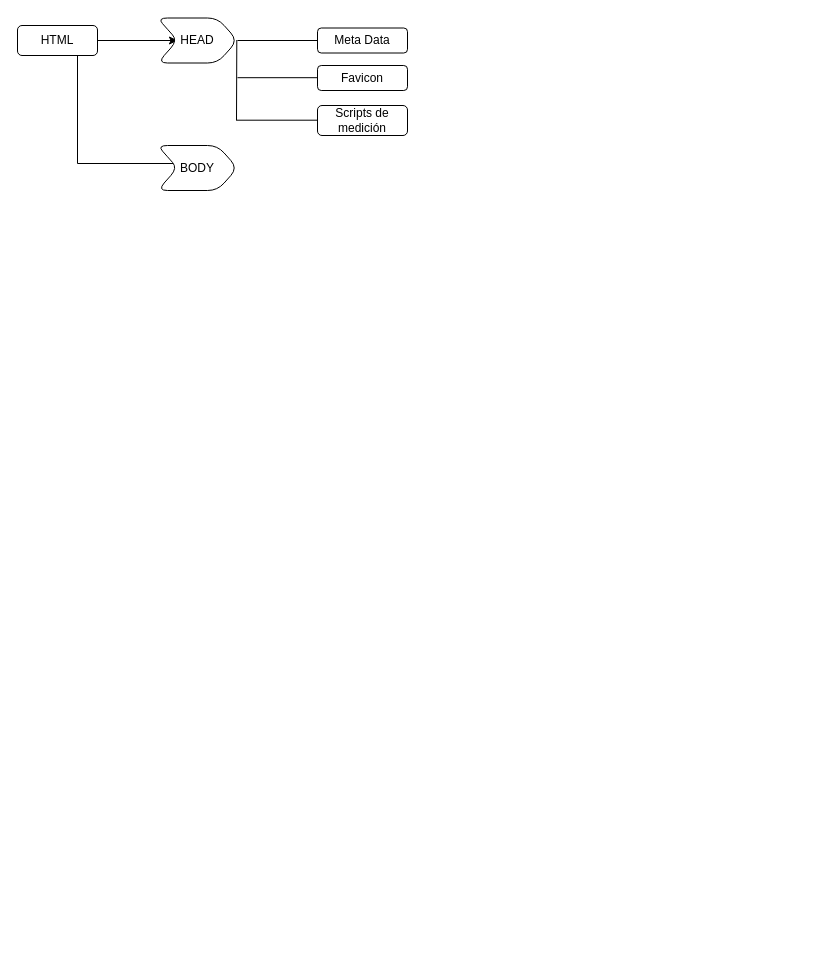
The draw.io diagram Diagrama sin título.drawio in cabrerajn/diagramas, before the edit. Source tidied: cells renumbered, new cells numbered last; positions are measured from the earlier drawing's top-left corner, leaving out a move shared by most shapes. Both pictures are drawn from the tidied source at 100%, with x=0, y=0 at pixel (17, 17).
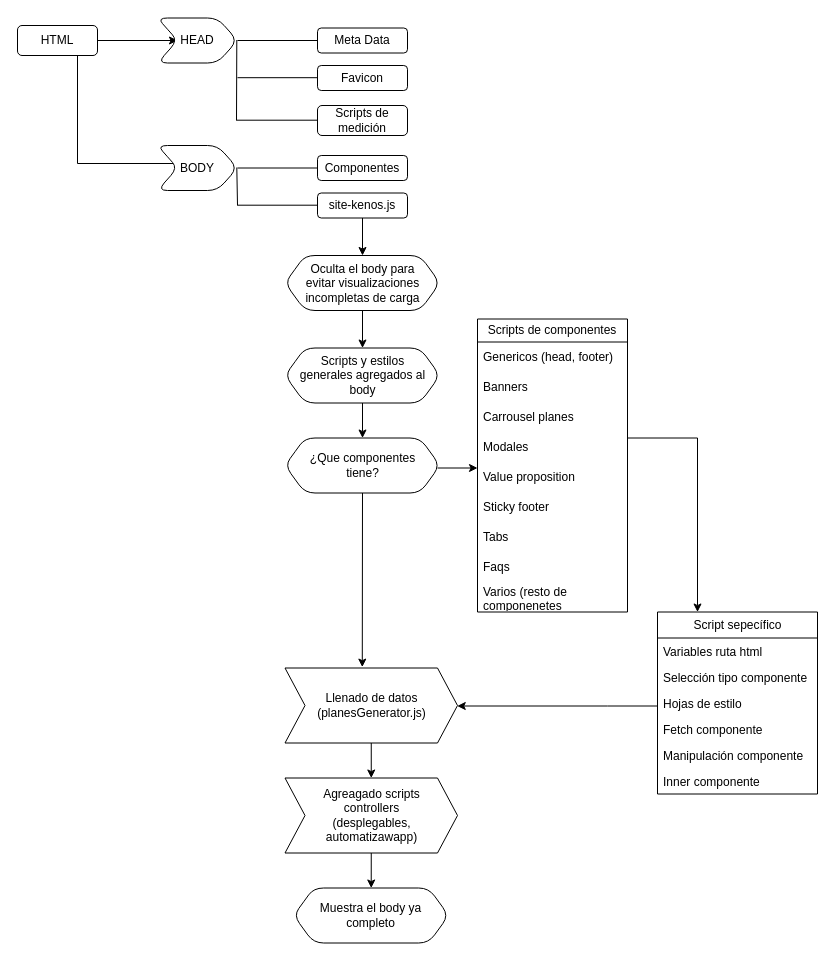
The same page after the edit.

The edit, as a diff of the source:
```diff
@@
+    <mxCell id="14" style="endArrow=none;html=1;rounded=0;exitX=1;exitY=0.5;exitDx=0;exitDy=0;" parent="1" edge="1">
+      <mxGeometry relative="1" as="geometry">
+        <mxPoint x="220" y="150.5" as="sourcePoint" />
+        <mxPoint x="310" y="150.5" as="targetPoint" />
+      </mxGeometry>
+    </mxCell>
+    <mxCell id="15" value="Componentes" style="rounded=1;whiteSpace=wrap;html=1;" parent="1" vertex="1">
+      <mxGeometry x="300" y="138" width="90" height="25" as="geometry" />
+    </mxCell>
+    <mxCell id="16" style="endArrow=none;html=1;rounded=0;exitX=1;exitY=0.5;exitDx=0;exitDy=0;" parent="1" edge="1">
+      <mxGeometry relative="1" as="geometry">
+        <mxPoint x="220" y="187.7" as="sourcePoint" />
+        <mxPoint x="310" y="187.7" as="targetPoint" />
+      </mxGeometry>
+    </mxCell>
+    <mxCell id="17" style="edgeStyle=orthogonalEdgeStyle;rounded=0;jettySize=auto;html=1;" parent="1" edge="1" source="18" target="21">
+      <mxGeometry relative="1" as="geometry" />
+    </mxCell>
+    <mxCell id="18" value="site-kenos.js" style="rounded=1;whiteSpace=wrap;html=1;" parent="1" vertex="1">
+      <mxGeometry x="300" y="175.5" width="90" height="25" as="geometry" />
+    </mxCell>
+    <mxCell id="19" style="endArrow=none;html=1;rounded=0;exitX=1;exitY=0.611;exitDx=0;exitDy=0;exitPerimeter=0;" parent="1" edge="1">
+      <mxGeometry relative="1" as="geometry">
+        <mxPoint x="219.3" y="150" as="sourcePoint" />
+        <mxPoint x="220" y="188" as="targetPoint" />
+      </mxGeometry>
+    </mxCell>
+    <mxCell id="20" style="edgeStyle=orthogonalEdgeStyle;rounded=0;jettySize=auto;html=1;" parent="1" edge="1" source="21" target="23">
+      <mxGeometry relative="1" as="geometry" />
+    </mxCell>
+    <mxCell id="21" value="Oculta el body para evitar visualizaciones incompletas de carga" style="shape=hexagon;perimeter=hexagonPerimeter2;whiteSpace=wrap;html=1;fixedSize=1;rounded=1;spacingRight=10;spacingLeft=10;" parent="1" vertex="1">
+      <mxGeometry x="267.5" y="238" width="155" height="55" as="geometry" />
+    </mxCell>
+    <mxCell id="22" style="edgeStyle=orthogonalEdgeStyle;rounded=0;jettySize=auto;html=1;" parent="1" edge="1" source="23" target="24">
+      <mxGeometry relative="1" as="geometry" />
+    </mxCell>
+    <mxCell id="23" value="Scripts y estilos generales agregados al body" style="shape=hexagon;perimeter=hexagonPerimeter2;whiteSpace=wrap;html=1;fixedSize=1;rounded=1;spacingRight=10;spacingLeft=10;" parent="1" vertex="1">
+      <mxGeometry x="267.5" y="330.5" width="155" height="55" as="geometry" />
+    </mxCell>
+    <mxCell id="24" value="¿Que componentes tiene?" style="shape=hexagon;perimeter=hexagonPerimeter2;whiteSpace=wrap;html=1;fixedSize=1;rounded=1;spacingRight=10;spacingLeft=10;" parent="1" vertex="1">
+      <mxGeometry x="267.5" y="420.5" width="155" height="55" as="geometry" />
+    </mxCell>
+    <mxCell id="25" style="edgeStyle=orthogonalEdgeStyle;rounded=0;jettySize=auto;html=1;entryX=0.25;entryY=0;entryDx=0;entryDy=0;" parent="1" edge="1" target="38">
+      <mxGeometry relative="1" as="geometry">
+        <mxPoint x="610" y="422" as="sourcePoint" />
+        <Array as="points">
+          <mxPoint x="610" y="420.5" />
+          <mxPoint x="680" y="420.5" />
+        </Array>
+      </mxGeometry>
+    </mxCell>
+    <mxCell id="26" value="Scripts de componentes" style="swimlane;fontStyle=0;horizontal=1;startSize=23;whiteSpace=wrap;html=1;direction=east;" parent="1" vertex="1">
+      <mxGeometry x="460" y="301.5" width="150" height="293" as="geometry" />
+    </mxCell>
+    <mxCell id="27" value="Genericos (head, footer)" style="text;strokeColor=none;fillColor=none;align=left;verticalAlign=middle;spacingLeft=4;spacingRight=4;overflow=hidden;whiteSpace=wrap;html=1;" parent="26" vertex="1">
+      <mxGeometry y="23" width="150" height="30" as="geometry" />
+    </mxCell>
+    <mxCell id="28" value="Banners" style="text;strokeColor=none;fillColor=none;align=left;verticalAlign=middle;spacingLeft=4;spacingRight=4;overflow=hidden;whiteSpace=wrap;html=1;" parent="26" vertex="1">
+      <mxGeometry y="53" width="150" height="30" as="geometry" />
+    </mxCell>
+    <mxCell id="29" value="Carrousel planes" style="text;strokeColor=none;fillColor=none;align=left;verticalAlign=middle;spacingLeft=4;spacingRight=4;overflow=hidden;whiteSpace=wrap;html=1;" parent="26" vertex="1">
+      <mxGeometry y="83" width="150" height="30" as="geometry" />
+    </mxCell>
+    <mxCell id="30" value="Modales" style="text;strokeColor=none;fillColor=none;align=left;verticalAlign=middle;spacingLeft=4;spacingRight=4;overflow=hidden;whiteSpace=wrap;html=1;" parent="26" vertex="1">
+      <mxGeometry y="113" width="150" height="30" as="geometry" />
+    </mxCell>
+    <mxCell id="31" value="Value proposition" style="text;strokeColor=none;fillColor=none;align=left;verticalAlign=middle;spacingLeft=4;spacingRight=4;overflow=hidden;points=[[0,0.5],[1,0.5]];portConstraint=eastwest;whiteSpace=wrap;html=1;" parent="26" vertex="1">
+      <mxGeometry y="143" width="150" height="30" as="geometry" />
+    </mxCell>
+    <mxCell id="32" value="Sticky footer" style="text;strokeColor=none;fillColor=none;align=left;verticalAlign=middle;spacingLeft=4;spacingRight=4;overflow=hidden;whiteSpace=wrap;html=1;" parent="26" vertex="1">
+      <mxGeometry y="173" width="150" height="30" as="geometry" />
+    </mxCell>
+    <mxCell id="33" value="Tabs" style="text;strokeColor=none;fillColor=none;align=left;verticalAlign=middle;spacingLeft=4;spacingRight=4;overflow=hidden;whiteSpace=wrap;html=1;" parent="26" vertex="1">
+      <mxGeometry y="203" width="150" height="30" as="geometry" />
+    </mxCell>
+    <mxCell id="34" value="Faqs" style="text;strokeColor=none;fillColor=none;align=left;verticalAlign=middle;spacingLeft=4;spacingRight=4;overflow=hidden;whiteSpace=wrap;html=1;" parent="26" vertex="1">
+      <mxGeometry y="233" width="150" height="30" as="geometry" />
+    </mxCell>
+    <mxCell id="35" value="Varios (resto de componenetes" style="text;strokeColor=none;fillColor=none;align=left;verticalAlign=middle;spacingLeft=4;spacingRight=4;overflow=hidden;whiteSpace=wrap;html=1;" parent="26" vertex="1">
+      <mxGeometry y="263" width="150" height="30" as="geometry" />
+    </mxCell>
+    <mxCell id="36" style="endArrow=classic;html=1;rounded=0;entryX=0;entryY=0.2;entryDx=0;entryDy=0;entryPerimeter=0;" parent="1" edge="1" target="31">
+      <mxGeometry relative="1" as="geometry">
+        <mxPoint x="420" y="450.5" as="sourcePoint" />
+      </mxGeometry>
+    </mxCell>
+    <mxCell id="37" style="edgeStyle=orthogonalEdgeStyle;rounded=0;jettySize=auto;html=1;" parent="1" edge="1" source="38" target="45">
+      <mxGeometry relative="1" as="geometry">
+        <Array as="points">
+          <mxPoint x="590" y="688.5" />
+          <mxPoint x="590" y="688.5" />
+        </Array>
+      </mxGeometry>
+    </mxCell>
+    <mxCell id="38" value="Script sepecífico" style="swimlane;fontStyle=0;horizontal=1;startSize=26;fillColor=none;html=1;" parent="1" vertex="1">
+      <mxGeometry x="640" y="594.5" width="160" height="182" as="geometry" />
+    </mxCell>
+    <mxCell id="39" value="Variables ruta html" style="text;strokeColor=none;fillColor=none;align=left;verticalAlign=top;spacingLeft=4;spacingRight=4;overflow=hidden;whiteSpace=wrap;html=1;" parent="38" vertex="1">
+      <mxGeometry y="26" width="160" height="26" as="geometry" />
+    </mxCell>
+    <mxCell id="40" value="Selección tipo componente" style="text;strokeColor=none;fillColor=none;align=left;verticalAlign=top;spacingLeft=4;spacingRight=4;overflow=hidden;whiteSpace=wrap;html=1;" parent="38" vertex="1">
+      <mxGeometry y="52" width="160" height="26" as="geometry" />
+    </mxCell>
+    <mxCell id="41" value="Hojas de estilo" style="text;strokeColor=none;fillColor=none;align=left;verticalAlign=top;spacingLeft=4;spacingRight=4;overflow=hidden;whiteSpace=wrap;html=1;" parent="38" vertex="1">
+      <mxGeometry y="78" width="160" height="26" as="geometry" />
+    </mxCell>
+    <mxCell id="42" value="Fetch componente" style="text;strokeColor=none;fillColor=none;align=left;verticalAlign=top;spacingLeft=4;spacingRight=4;overflow=hidden;whiteSpace=wrap;html=1;" parent="38" vertex="1">
+      <mxGeometry y="104" width="160" height="26" as="geometry" />
+    </mxCell>
+    <mxCell id="43" value="Manipulación componente" style="text;strokeColor=none;fillColor=none;align=left;verticalAlign=top;spacingLeft=4;spacingRight=4;overflow=hidden;whiteSpace=wrap;html=1;" parent="38" vertex="1">
+      <mxGeometry y="130" width="160" height="26" as="geometry" />
+    </mxCell>
+    <mxCell id="44" value="Inner componente" style="text;strokeColor=none;fillColor=none;align=left;verticalAlign=top;spacingLeft=4;spacingRight=4;overflow=hidden;whiteSpace=wrap;html=1;" parent="38" vertex="1">
+      <mxGeometry y="156" width="160" height="26" as="geometry" />
+    </mxCell>
+    <mxCell id="45" value="Llenado de datos (planesGenerator.js)" style="shape=step;perimeter=stepPerimeter;whiteSpace=wrap;html=1;fixedSize=1;fillColor=none;fontStyle=0;startSize=26;spacingLeft=35;spacingRight=35;" parent="1" vertex="1">
+      <mxGeometry x="267.5" y="650.5" width="172.5" height="75" as="geometry" />
+    </mxCell>
+    <mxCell id="46" style="endArrow=classic;html=1;rounded=0;exitX=0.5;exitY=1;exitDx=0;exitDy=0;entryX=0.448;entryY=-0.012;entryDx=0;entryDy=0;entryPerimeter=0;" parent="1" edge="1" source="24" target="45">
+      <mxGeometry relative="1" as="geometry" />
+    </mxCell>
+    <mxCell id="47" value="Agreagado scripts controllers (desplegables, automatizawapp)" style="shape=step;perimeter=stepPerimeter;whiteSpace=wrap;html=1;fixedSize=1;fillColor=none;fontStyle=0;startSize=26;spacingLeft=35;spacingRight=35;" parent="1" vertex="1">
+      <mxGeometry x="267.5" y="760.5" width="172.5" height="75" as="geometry" />
+    </mxCell>
+    <mxCell id="48" style="endArrow=classic;html=1;rounded=0;exitX=0.5;exitY=1;exitDx=0;exitDy=0;entryX=0.5;entryY=0;entryDx=0;entryDy=0;" parent="1" edge="1" source="45" target="47">
+      <mxGeometry relative="1" as="geometry" />
+    </mxCell>
+    <mxCell id="49" value="Muestra el body ya completo" style="shape=hexagon;perimeter=hexagonPerimeter2;whiteSpace=wrap;html=1;fixedSize=1;rounded=1;spacingRight=10;spacingLeft=10;" parent="1" vertex="1">
+      <mxGeometry x="276.2" y="870.5" width="155" height="55" as="geometry" />
+    </mxCell>
+    <mxCell id="50" style="endArrow=classic;html=1;rounded=0;exitX=0.5;exitY=1;exitDx=0;exitDy=0;" parent="1" edge="1" source="47" target="49">
+      <mxGeometry relative="1" as="geometry" />
+    </mxCell>
```
